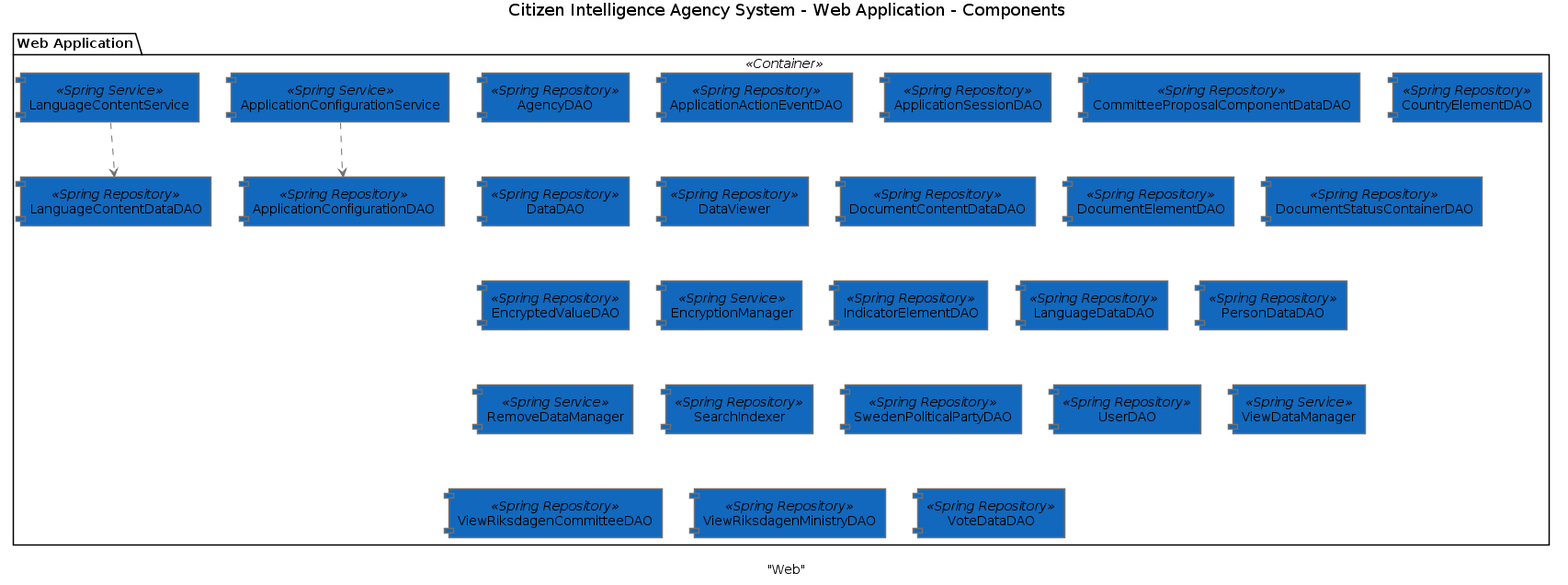
Earlier version of the PlantUML export architecture/Citizen-Intelligence-Agency-System-Web-Application-Components.png (sjvs/cia).
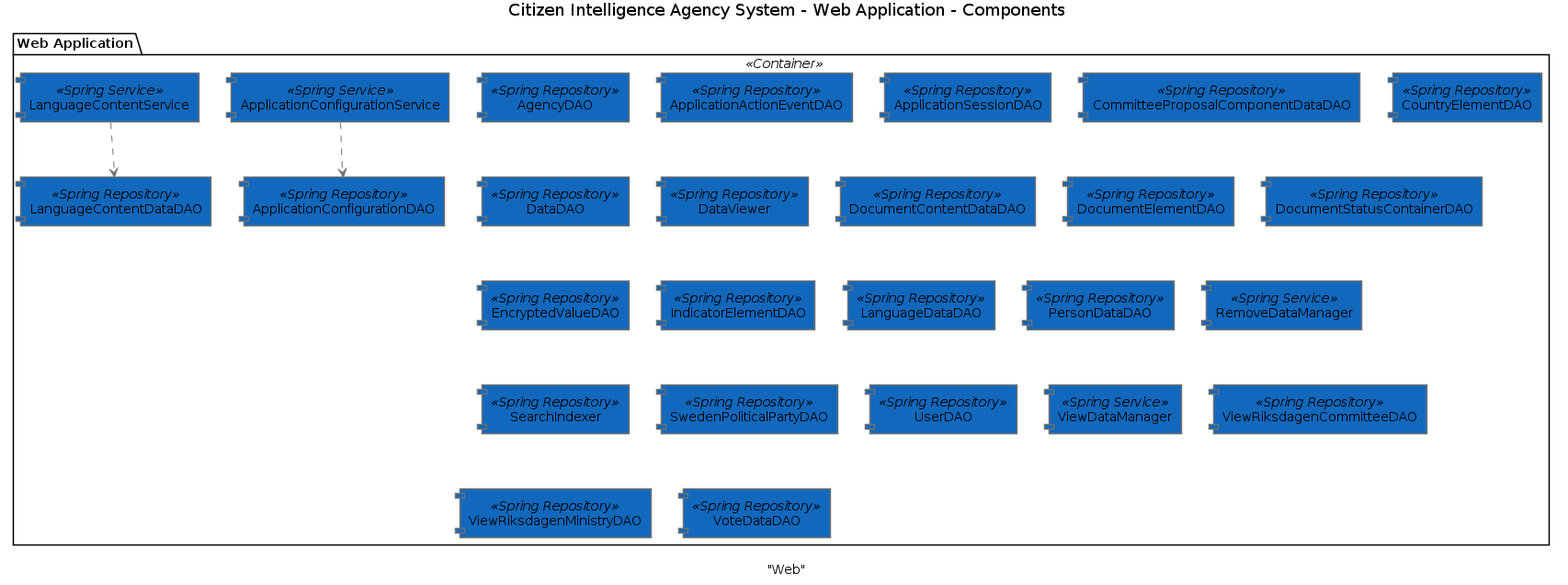
The same file after the commit.

The edit, as a diff of the source:
```diff
@@ -13,34 +13,33 @@
   noteBorderColor #707070
 }
 package "Web Application" <<Container>> {
-  component "AgencyDAO" <<Spring Repository>> as 16 #1168bd
+  component "AgencyDAO" <<Spring Repository>> as 24 #1168bd
   component "ApplicationActionEventDAO" <<Spring Repository>> as 19 #1168bd
-  component "ApplicationConfigurationDAO" <<Spring Repository>> as 29 #1168bd
-  component "ApplicationConfigurationService" <<Spring Service>> as 10 #1168bd
-  component "ApplicationSessionDAO" <<Spring Repository>> as 15 #1168bd
-  component "CommitteeProposalComponentDataDAO" <<Spring Repository>> as 24 #1168bd
+  component "ApplicationConfigurationDAO" <<Spring Repository>> as 33 #1168bd
+  component "ApplicationConfigurationService" <<Spring Service>> as 13 #1168bd
+  component "ApplicationSessionDAO" <<Spring Repository>> as 34 #1168bd
+  component "CommitteeProposalComponentDataDAO" <<Spring Repository>> as 15 #1168bd
   component "CountryElementDAO" <<Spring Repository>> as 17 #1168bd
-  component "DataDAO" <<Spring Repository>> as 25 #1168bd
-  component "DataViewer" <<Spring Repository>> as 21 #1168bd
-  component "DocumentContentDataDAO" <<Spring Repository>> as 20 #1168bd
-  component "DocumentElementDAO" <<Spring Repository>> as 27 #1168bd
-  component "DocumentStatusContainerDAO" <<Spring Repository>> as 31 #1168bd
-  component "EncryptedValueDAO" <<Spring Repository>> as 32 #1168bd
-  component "EncryptionManager" <<Spring Service>> as 12 #1168bd
-  component "IndicatorElementDAO" <<Spring Repository>> as 36 #1168bd
-  component "LanguageContentDataDAO" <<Spring Repository>> as 18 #1168bd
-  component "LanguageContentService" <<Spring Service>> as 14 #1168bd
-  component "LanguageDataDAO" <<Spring Repository>> as 22 #1168bd
-  component "PersonDataDAO" <<Spring Repository>> as 35 #1168bd
-  component "RemoveDataManager" <<Spring Service>> as 13 #1168bd
-  component "SearchIndexer" <<Spring Repository>> as 26 #1168bd
-  component "SwedenPoliticalPartyDAO" <<Spring Repository>> as 33 #1168bd
-  component "UserDAO" <<Spring Repository>> as 28 #1168bd
-  component "ViewDataManager" <<Spring Service>> as 11 #1168bd
-  component "ViewRiksdagenCommitteeDAO" <<Spring Repository>> as 30 #1168bd
-  component "ViewRiksdagenMinistryDAO" <<Spring Repository>> as 23 #1168bd
-  component "VoteDataDAO" <<Spring Repository>> as 34 #1168bd
+  component "DataDAO" <<Spring Repository>> as 29 #1168bd
+  component "DataViewer" <<Spring Repository>> as 14 #1168bd
+  component "DocumentContentDataDAO" <<Spring Repository>> as 32 #1168bd
+  component "DocumentElementDAO" <<Spring Repository>> as 22 #1168bd
+  component "DocumentStatusContainerDAO" <<Spring Repository>> as 26 #1168bd
+  component "EncryptedValueDAO" <<Spring Repository>> as 25 #1168bd
+  component "IndicatorElementDAO" <<Spring Repository>> as 31 #1168bd
+  component "LanguageContentDataDAO" <<Spring Repository>> as 16 #1168bd
+  component "LanguageContentService" <<Spring Service>> as 11 #1168bd
+  component "LanguageDataDAO" <<Spring Repository>> as 27 #1168bd
+  component "PersonDataDAO" <<Spring Repository>> as 23 #1168bd
+  component "RemoveDataManager" <<Spring Service>> as 10 #1168bd
+  component "SearchIndexer" <<Spring Repository>> as 20 #1168bd
+  component "SwedenPoliticalPartyDAO" <<Spring Repository>> as 28 #1168bd
+  component "UserDAO" <<Spring Repository>> as 30 #1168bd
+  component "ViewDataManager" <<Spring Service>> as 12 #1168bd
+  component "ViewRiksdagenCommitteeDAO" <<Spring Repository>> as 35 #1168bd
+  component "ViewRiksdagenMinistryDAO" <<Spring Repository>> as 21 #1168bd
+  component "VoteDataDAO" <<Spring Repository>> as 18 #1168bd
 }
-10 .[#707070].> 29
-14 .[#707070].> 18
+13 .[#707070].> 33
+11 .[#707070].> 16
 @enduml
```
